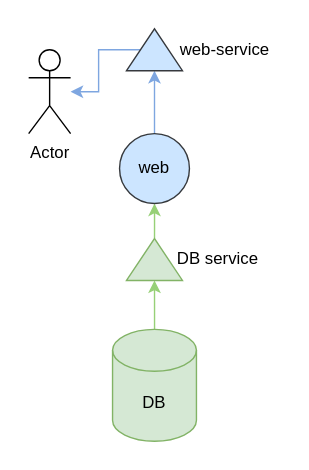
The draw.io diagram assets/app failure.svg in aditya109/journey-CKA, before a commit. Source tidied: cells renumbered, new cells last; positions are measured from the earlier drawing's top-left corner, leaving out a move shared by most shapes.
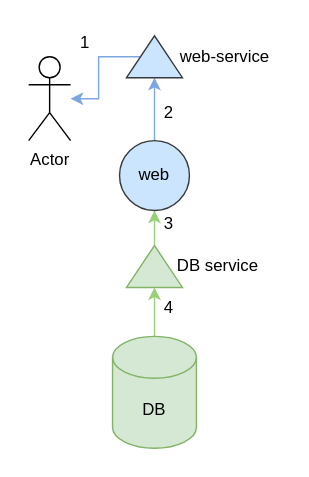
The same diagram one commit later.

Change to the diagram source:
```diff
@@ -35,5 +35,17 @@
     <mxCell id="12" value="Actor" style="shape=umlActor;verticalLabelPosition=bottom;verticalAlign=top;html=1;outlineConnect=0;" parent="1" vertex="1">
       <mxGeometry y="20" width="30" height="60" as="geometry" />
     </mxCell>
+    <mxCell id="13" value="1" style="text;html=1;align=center;verticalAlign=middle;strokeColor=none;fillColor=none;" parent="1" vertex="1">
+      <mxGeometry x="30" width="20" height="20" as="geometry" />
+    </mxCell>
+    <mxCell id="14" value="2" style="text;html=1;align=center;verticalAlign=middle;strokeColor=none;fillColor=none;" parent="1" vertex="1">
+      <mxGeometry x="90" y="50" width="20" height="20" as="geometry" />
+    </mxCell>
+    <mxCell id="15" value="3" style="text;html=1;align=center;verticalAlign=middle;strokeColor=none;fillColor=none;" parent="1" vertex="1">
+      <mxGeometry x="90" y="130" width="20" height="20" as="geometry" />
+    </mxCell>
+    <mxCell id="16" value="4" style="text;html=1;align=center;verticalAlign=middle;strokeColor=none;fillColor=none;" parent="1" vertex="1">
+      <mxGeometry x="90" y="190" width="20" height="20" as="geometry" />
+    </mxCell>
   </root>
 </mxGraphModel>
```
